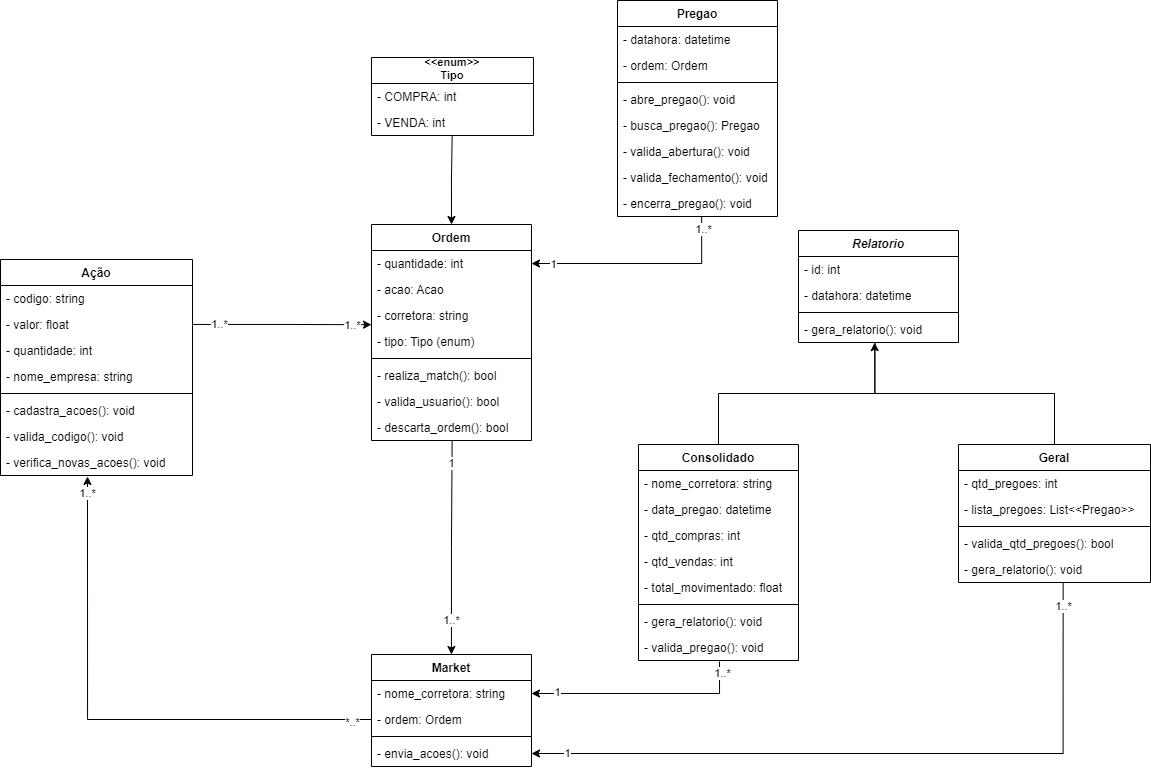
Before: dealbroker/classes/diagrama-classe.png, a diagram exported from draw.io (milenatteixeira/stockfei). Source tidied: cells renumbered, new cells last; positions are measured from the earlier drawing's top-left corner, leaving out a move shared by most shapes.
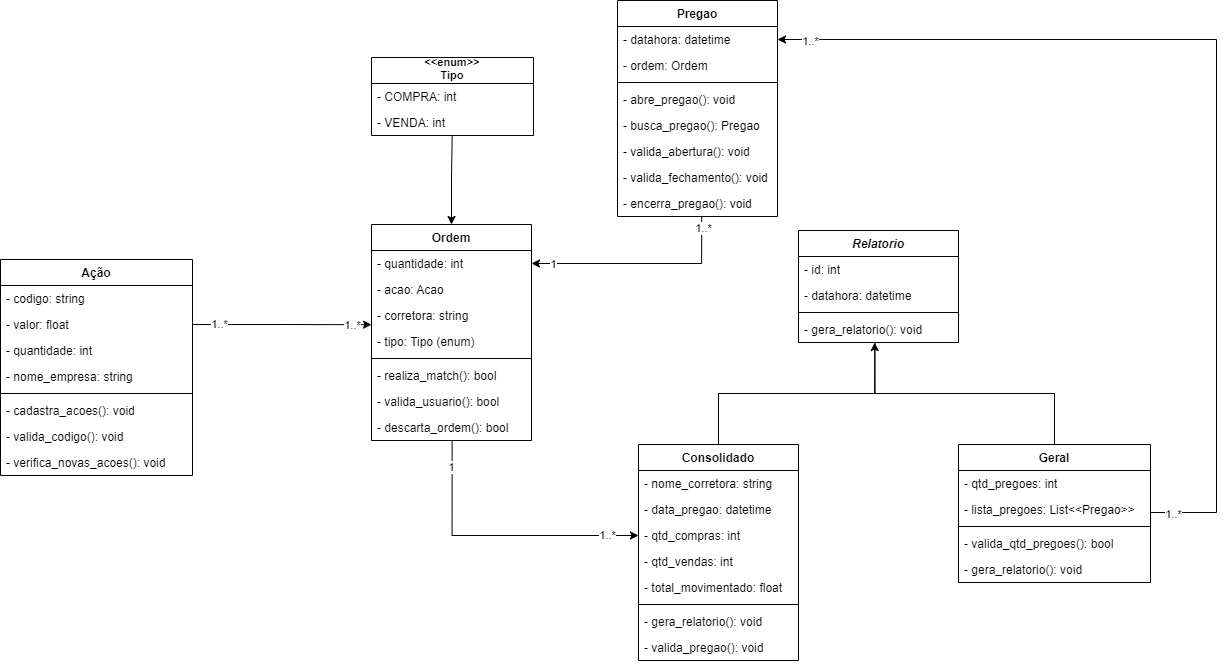
Above is the later version.

Diff of the diagram source:
```diff
@@ -2,7 +2,7 @@
   <root>
     <mxCell id="0" />
     <mxCell id="1" parent="0" />
-    <mxCell id="2" style="edgeStyle=orthogonalEdgeStyle;rounded=0;jettySize=auto;html=1;entryX=0.504;entryY=1.026;entryDx=0;entryDy=0;entryPerimeter=0;fontSize=11;startArrow=classic;startFill=1;endArrow=none;endFill=0;" parent="1" edge="1" source="5" target="50">
+    <mxCell id="2" style="edgeStyle=orthogonalEdgeStyle;rounded=0;jettySize=auto;html=1;entryX=0.504;entryY=1.026;entryDx=0;entryDy=0;entryPerimeter=0;fontSize=11;startArrow=classic;startFill=1;endArrow=none;endFill=0;exitX=0;exitY=0.5;exitDx=0;exitDy=0;" parent="1" edge="1" source="28" target="50">
       <mxGeometry relative="1" as="geometry" />
     </mxCell>
     <mxCell id="3" value="1" style="edgeLabel;html=1;align=center;verticalAlign=middle;fontSize=11;" parent="2" vertex="1">
@@ -12,24 +12,9 @@
     </mxCell>
     <mxCell id="4" value="1..*" style="edgeLabel;html=1;align=center;verticalAlign=middle;fontSize=11;" parent="2" vertex="1">
       <mxGeometry x="-0.67" y="-2" relative="1" as="geometry">
-        <mxPoint x="-3" y="1" as="offset" />
+        <mxPoint x="14" y="1" as="offset" />
       </mxGeometry>
     </mxCell>
-    <mxCell id="5" value="Market" style="swimlane;fontStyle=1;align=center;verticalAlign=top;horizontal=1;startSize=26;" parent="1" vertex="1">
-      <mxGeometry x="371" y="654" width="160" height="112" as="geometry" />
-    </mxCell>
-    <mxCell id="6" value="- nome_corretora: string" style="text;strokeColor=none;fillColor=none;align=left;verticalAlign=top;spacingLeft=4;spacingRight=4;overflow=hidden;points=[[0,0.5],[1,0.5]];portConstraint=eastwest;" parent="5" vertex="1">
-      <mxGeometry y="26" width="160" height="26" as="geometry" />
-    </mxCell>
-    <mxCell id="7" value="- ordem: Ordem" style="text;strokeColor=none;fillColor=none;align=left;verticalAlign=top;spacingLeft=4;spacingRight=4;overflow=hidden;points=[[0,0.5],[1,0.5]];portConstraint=eastwest;" parent="5" vertex="1">
-      <mxGeometry y="52" width="160" height="26" as="geometry" />
-    </mxCell>
-    <mxCell id="8" style="line;strokeWidth=1;fillColor=none;align=left;verticalAlign=middle;spacingTop=-1;spacingLeft=3;spacingRight=3;labelPosition=right;" parent="5" vertex="1">
-      <mxGeometry y="78" width="160" height="8" as="geometry" />
-    </mxCell>
-    <mxCell id="9" value="- envia_acoes(): void" style="text;strokeColor=none;fillColor=none;align=left;verticalAlign=top;spacingLeft=4;spacingRight=4;overflow=hidden;points=[[0,0.5],[1,0.5]];portConstraint=eastwest;" parent="5" vertex="1">
-      <mxGeometry y="86" width="160" height="26" as="geometry" />
-    </mxCell>
     <mxCell id="10" value="Pregao" style="swimlane;fontStyle=1;align=center;verticalAlign=top;horizontal=1;startSize=26;" parent="1" vertex="1">
       <mxGeometry x="617" width="160" height="216" as="geometry" />
     </mxCell>
@@ -204,24 +189,6 @@
         <mxPoint x="1" y="-1" as="offset" />
       </mxGeometry>
     </mxCell>
-    <mxCell id="66" style="edgeStyle=orthogonalEdgeStyle;rounded=0;jettySize=auto;html=1;fontSize=11;startArrow=classic;startFill=1;endArrow=none;endFill=0;entryX=0.545;entryY=1.004;entryDx=0;entryDy=0;entryPerimeter=0;" parent="1" edge="1" source="9" target="40">
-      <mxGeometry relative="1" as="geometry" />
-    </mxCell>
-    <mxCell id="67" value="1" style="edgeLabel;html=1;align=center;verticalAlign=middle;fontSize=11;" parent="66" vertex="1">
-      <mxGeometry x="-0.9" y="1" relative="1" as="geometry" />
-    </mxCell>
-    <mxCell id="68" value="1..*" style="edgeLabel;html=1;align=center;verticalAlign=middle;fontSize=11;" parent="66" vertex="1">
-      <mxGeometry x="0.93" relative="1" as="geometry" />
-    </mxCell>
-    <mxCell id="69" style="edgeStyle=orthogonalEdgeStyle;rounded=0;jettySize=auto;html=1;entryX=0.506;entryY=1.038;entryDx=0;entryDy=0;entryPerimeter=0;fontSize=11;startArrow=classic;startFill=1;endArrow=none;endFill=0;" parent="1" edge="1" source="6" target="33">
-      <mxGeometry relative="1" as="geometry" />
-    </mxCell>
-    <mxCell id="70" value="1" style="edgeLabel;html=1;align=center;verticalAlign=middle;fontSize=11;" parent="69" vertex="1">
-      <mxGeometry x="-0.77" y="2" relative="1" as="geometry" />
-    </mxCell>
-    <mxCell id="71" value="1..*" style="edgeLabel;html=1;align=center;verticalAlign=middle;fontSize=11;" parent="69" vertex="1">
-      <mxGeometry x="0.9" y="-2" relative="1" as="geometry" />
-    </mxCell>
     <mxCell id="72" style="edgeStyle=orthogonalEdgeStyle;rounded=0;jettySize=auto;html=1;entryX=0.526;entryY=0.999;entryDx=0;entryDy=0;entryPerimeter=0;fontSize=11;startArrow=classic;startFill=1;endArrow=none;endFill=0;" parent="1" edge="1" source="43" target="18">
       <mxGeometry relative="1" as="geometry" />
     </mxCell>
@@ -233,14 +200,23 @@
         <mxPoint x="1" y="7" as="offset" />
       </mxGeometry>
     </mxCell>
-    <mxCell id="75" style="edgeStyle=orthogonalEdgeStyle;rounded=0;jettySize=auto;html=1;entryX=0.453;entryY=1.038;entryDx=0;entryDy=0;entryPerimeter=0;" parent="1" edge="1" source="7" target="59">
-      <mxGeometry relative="1" as="geometry" />
-    </mxCell>
-    <mxCell id="76" value="1..*" style="edgeLabel;html=1;align=center;verticalAlign=middle;" parent="75" vertex="1">
-      <mxGeometry x="0.94" y="1" relative="1" as="geometry" />
-    </mxCell>
-    <mxCell id="77" value="*..*" style="edgeLabel;html=1;align=center;verticalAlign=middle;" parent="75" vertex="1">
-      <mxGeometry x="-0.92" y="2" relative="1" as="geometry" />
-    </mxCell>
+    <mxCell id="78" style="edgeStyle=orthogonalEdgeStyle;rounded=0;jettySize=auto;html=1;entryX=1;entryY=0.5;entryDx=0;entryDy=0;" parent="1" edge="1" source="37" target="11">
+      <mxGeometry relative="1" as="geometry">
+        <Array as="points">
+          <mxPoint x="1216" y="512" />
+          <mxPoint x="1216" y="39" />
+        </Array>
+      </mxGeometry>
+    </mxCell>
+    <mxCell id="79" value="1..*" style="edgeLabel;html=1;align=center;verticalAlign=middle;" parent="78" vertex="1">
+      <mxGeometry x="-0.9" y="-1" relative="1" as="geometry">
+        <mxPoint x="-26" as="offset" />
+      </mxGeometry>
+    </mxCell>
+    <mxCell id="80" value="1..*" style="edgeLabel;html=1;align=center;verticalAlign=middle;" parent="78" vertex="1">
+      <mxGeometry x="0.95" y="1" relative="1" as="geometry">
+        <mxPoint x="9" as="offset" />
+      </mxGeometry>
+    </mxCell>
   </root>
 </mxGraphModel>
```
